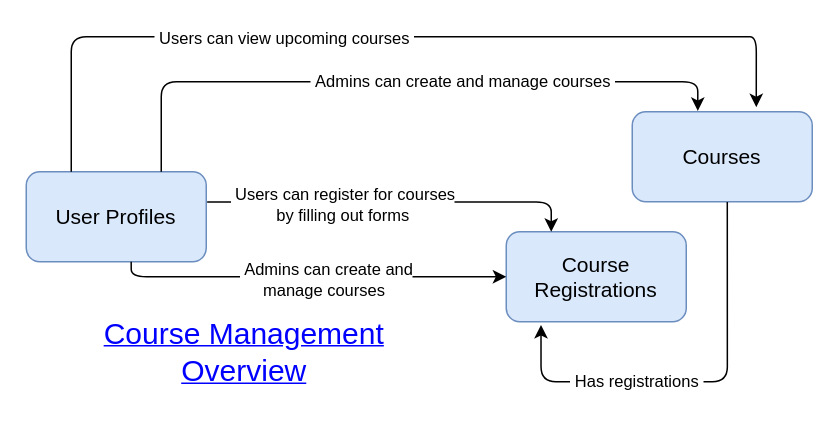
Earlier version of the draw.io diagram documentation/course_management_overview.drawio (CheyenneMDavid/ForagingLink-API). Source tidied: cells renumbered, new cells numbered last; positions are measured from the earlier drawing's top-left corner, leaving out a move shared by most shapes. Both pictures are drawn from the tidied source at 150%, with x=0, y=0 at pixel (26, 36).
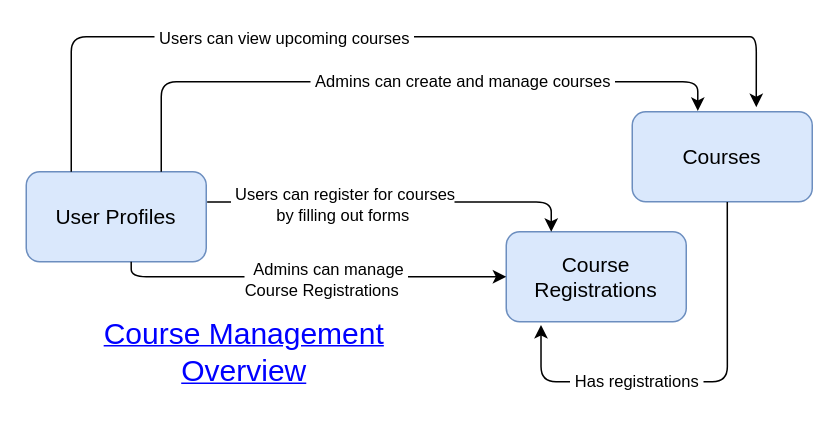
The same diagram, later.

Commit message (it also covers changes not shown here):
Added Models and CRUD Breakdown table, additional content to 'Development Challenges & Solutions' section and cloudinary URL for diagrams

Unchanged cells that the change refers to:
```xml
<mxCell id="11" style="endArrow=classic;html=1;fontSize=12;entryX=0;entryY=0.5;entryDx=0;entryDy=0;exitX=0.583;exitY=1;exitDx=0;exitDy=0;exitPerimeter=0;edgeStyle=orthogonalEdgeStyle;" parent="1" edge="1" source="2" target="3">
  <mxGeometry relative="1" as="geometry" />
</mxCell>
```

Change to the diagram source:
```diff
@@
-    <mxCell id="12" value="&amp;nbsp;Admins can create and&lt;br&gt;manage courses&amp;nbsp;" style="edgeLabel;html=1;align=center;verticalAlign=middle;fontSize=11;" parent="11" vertex="1">
+    <mxCell id="12" value="&amp;nbsp;Admins can manage&lt;br&gt;Course Registrations&amp;nbsp;&amp;nbsp;" style="edgeLabel;html=1;align=center;verticalAlign=middle;fontSize=11;" parent="11" vertex="1">
       <mxGeometry x="0.08" y="-1" relative="1" as="geometry" />
     </mxCell>
```
